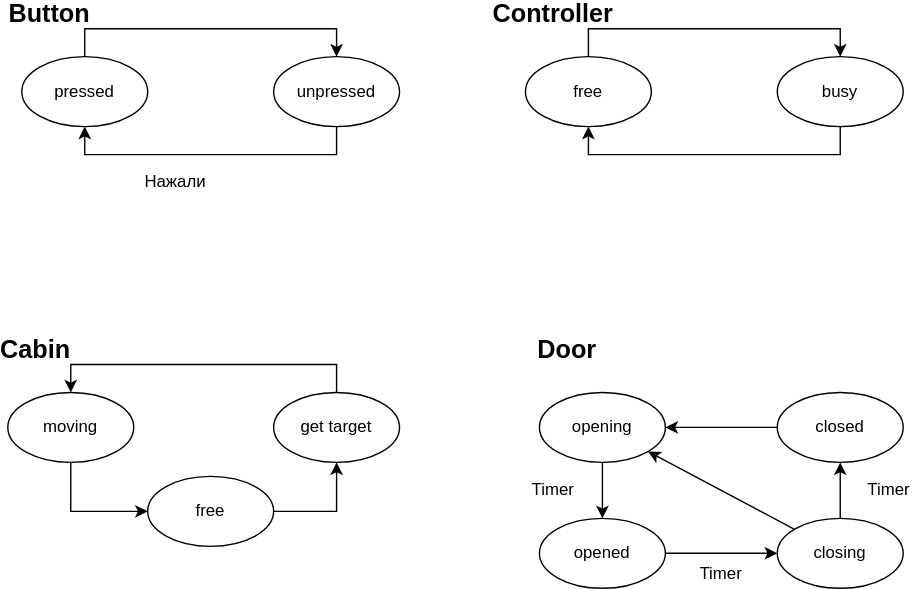
Earlier version of the draw.io export lab_04/uml.svg (migregal/bmstu-iu7-oop). Source tidied: cells renumbered, new cells last; positions are measured from the earlier drawing's top-left corner, leaving out a move shared by most shapes.
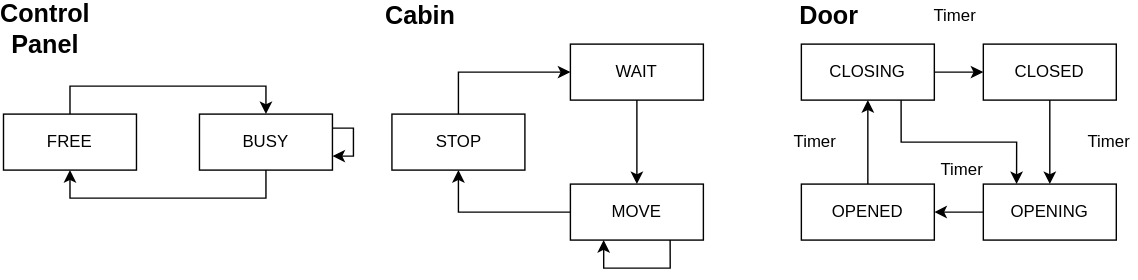
The same file after the commit.

Diff of the diagram source:
```diff
@@ -2,103 +2,94 @@
   <root>
     <mxCell id="0" />
     <mxCell id="1" parent="0" />
-    <mxCell id="2" style="edgeStyle=orthogonalEdgeStyle;rounded=0;jettySize=auto;html=1;exitX=0.5;exitY=0;exitDx=0;exitDy=0;entryX=0.5;entryY=0;entryDx=0;entryDy=0;" parent="1" edge="1" source="3" target="5">
-      <mxGeometry relative="1" as="geometry" />
-    </mxCell>
-    <mxCell id="3" value="pressed" style="ellipse;whiteSpace=wrap;html=1;" parent="1" vertex="1">
-      <mxGeometry x="10" y="40" width="90" height="50" as="geometry" />
-    </mxCell>
-    <mxCell id="4" style="edgeStyle=orthogonalEdgeStyle;rounded=0;jettySize=auto;html=1;exitX=0.5;exitY=1;exitDx=0;exitDy=0;entryX=0.5;entryY=1;entryDx=0;entryDy=0;" parent="1" edge="1" source="5" target="3">
-      <mxGeometry relative="1" as="geometry" />
-    </mxCell>
-    <mxCell id="5" value="unpressed" style="ellipse;whiteSpace=wrap;html=1;" parent="1" vertex="1">
-      <mxGeometry x="190" y="40" width="90" height="50" as="geometry" />
-    </mxCell>
-    <mxCell id="6" value="&lt;b&gt;&lt;font style=&quot;font-size: 18px&quot;&gt;Button&lt;/font&gt;&lt;/b&gt;" style="text;html=1;strokeColor=none;fillColor=none;align=center;verticalAlign=middle;whiteSpace=wrap;rounded=0;" parent="1" vertex="1">
-      <mxGeometry x="10" width="40" height="20" as="geometry" />
-    </mxCell>
-    <mxCell id="7" value="Нажали" style="text;html=1;strokeColor=none;fillColor=none;align=center;verticalAlign=middle;whiteSpace=wrap;rounded=0;" parent="1" vertex="1">
-      <mxGeometry x="100" y="120" width="40" height="20" as="geometry" />
-    </mxCell>
-    <mxCell id="8" style="edgeStyle=orthogonalEdgeStyle;rounded=0;jettySize=auto;html=1;exitX=0.5;exitY=0;exitDx=0;exitDy=0;entryX=0.5;entryY=0;entryDx=0;entryDy=0;" parent="1" edge="1" source="9" target="11">
-      <mxGeometry relative="1" as="geometry" />
-    </mxCell>
-    <mxCell id="9" value="free" style="ellipse;whiteSpace=wrap;html=1;" parent="1" vertex="1">
-      <mxGeometry x="370" y="40" width="90" height="50" as="geometry" />
-    </mxCell>
-    <mxCell id="10" style="edgeStyle=orthogonalEdgeStyle;rounded=0;jettySize=auto;html=1;exitX=0.5;exitY=1;exitDx=0;exitDy=0;entryX=0.5;entryY=1;entryDx=0;entryDy=0;" parent="1" edge="1" source="11" target="9">
-      <mxGeometry relative="1" as="geometry" />
-    </mxCell>
-    <mxCell id="11" value="busy" style="ellipse;whiteSpace=wrap;html=1;" parent="1" vertex="1">
-      <mxGeometry x="550" y="40" width="90" height="50" as="geometry" />
-    </mxCell>
-    <mxCell id="12" value="&lt;font style=&quot;font-size: 18px&quot;&gt;&lt;b&gt;Controller&lt;/b&gt;&lt;/font&gt;" style="text;html=1;strokeColor=none;fillColor=none;align=center;verticalAlign=middle;whiteSpace=wrap;rounded=0;" parent="1" vertex="1">
-      <mxGeometry x="370" width="40" height="20" as="geometry" />
+    <mxCell id="12" value="&lt;font style=&quot;font-size: 18px&quot;&gt;&lt;b&gt;Control Panel&lt;/b&gt;&lt;/font&gt;" style="text;html=1;strokeColor=none;fillColor=none;align=center;verticalAlign=middle;whiteSpace=wrap;rounded=0;" parent="1" vertex="1">
+      <mxGeometry x="-70" y="10" width="40" height="20" as="geometry" />
     </mxCell>
-    <mxCell id="13" style="edgeStyle=orthogonalEdgeStyle;rounded=0;jettySize=auto;html=1;exitX=0.5;exitY=1;exitDx=0;exitDy=0;entryX=0;entryY=0.5;entryDx=0;entryDy=0;" parent="1" edge="1" source="14" target="18">
-      <mxGeometry relative="1" as="geometry" />
-    </mxCell>
-    <mxCell id="14" value="moving" style="ellipse;whiteSpace=wrap;html=1;" parent="1" vertex="1">
-      <mxGeometry y="280" width="90" height="50" as="geometry" />
-    </mxCell>
-    <mxCell id="15" style="edgeStyle=orthogonalEdgeStyle;rounded=0;jettySize=auto;html=1;exitX=0.5;exitY=0;exitDx=0;exitDy=0;entryX=0.5;entryY=0;entryDx=0;entryDy=0;" parent="1" edge="1" source="16" target="14">
-      <mxGeometry relative="1" as="geometry" />
-    </mxCell>
-    <mxCell id="16" value="get target" style="ellipse;whiteSpace=wrap;html=1;" parent="1" vertex="1">
-      <mxGeometry x="190" y="280" width="90" height="50" as="geometry" />
-    </mxCell>
-    <mxCell id="17" style="edgeStyle=orthogonalEdgeStyle;rounded=0;jettySize=auto;html=1;exitX=1;exitY=0.5;exitDx=0;exitDy=0;entryX=0.5;entryY=1;entryDx=0;entryDy=0;" parent="1" edge="1" source="18" target="16">
-      <mxGeometry relative="1" as="geometry" />
-    </mxCell>
-    <mxCell id="18" value="free" style="ellipse;whiteSpace=wrap;html=1;" parent="1" vertex="1">
-      <mxGeometry x="100" y="340" width="90" height="50" as="geometry" />
-    </mxCell>
     <mxCell id="19" value="&lt;b&gt;&lt;font style=&quot;font-size: 18px&quot;&gt;Cabin&lt;/font&gt;&lt;/b&gt;" style="text;html=1;strokeColor=none;fillColor=none;align=center;verticalAlign=middle;whiteSpace=wrap;rounded=0;" parent="1" vertex="1">
-      <mxGeometry y="240" width="40" height="20" as="geometry" />
+      <mxGeometry x="197.5" width="40" height="20" as="geometry" />
     </mxCell>
     <mxCell id="20" value="&lt;b&gt;&lt;font style=&quot;font-size: 18px&quot;&gt;Door&lt;/font&gt;&lt;/b&gt;" style="text;html=1;strokeColor=none;fillColor=none;align=center;verticalAlign=middle;whiteSpace=wrap;rounded=0;" parent="1" vertex="1">
-      <mxGeometry x="380" y="240" width="40" height="20" as="geometry" />
+      <mxGeometry x="490" width="40" height="20" as="geometry" />
     </mxCell>
-    <mxCell id="21" style="edgeStyle=orthogonalEdgeStyle;rounded=0;jettySize=auto;html=1;exitX=0.5;exitY=1;exitDx=0;exitDy=0;entryX=0.5;entryY=0;entryDx=0;entryDy=0;" parent="1" edge="1" source="22" target="24">
-      <mxGeometry relative="1" as="geometry" />
-    </mxCell>
-    <mxCell id="22" value="opening" style="ellipse;whiteSpace=wrap;html=1;" parent="1" vertex="1">
-      <mxGeometry x="380" y="280" width="90" height="50" as="geometry" />
-    </mxCell>
-    <mxCell id="23" style="edgeStyle=orthogonalEdgeStyle;rounded=0;jettySize=auto;html=1;exitX=1;exitY=0.5;exitDx=0;exitDy=0;entryX=0;entryY=0.5;entryDx=0;entryDy=0;" parent="1" edge="1" source="24" target="28">
-      <mxGeometry relative="1" as="geometry">
-        <Array as="points">
-          <mxPoint x="510" y="395" />
-          <mxPoint x="510" y="395" />
-        </Array>
-      </mxGeometry>
-    </mxCell>
-    <mxCell id="24" value="opened" style="ellipse;whiteSpace=wrap;html=1;" parent="1" vertex="1">
-      <mxGeometry x="380" y="370" width="90" height="50" as="geometry" />
-    </mxCell>
-    <mxCell id="25" style="edgeStyle=orthogonalEdgeStyle;rounded=0;jettySize=auto;html=1;exitX=0;exitY=0.5;exitDx=0;exitDy=0;entryX=1;entryY=0.5;entryDx=0;entryDy=0;" parent="1" edge="1" source="26" target="22">
-      <mxGeometry relative="1" as="geometry" />
-    </mxCell>
-    <mxCell id="26" value="closed" style="ellipse;whiteSpace=wrap;html=1;" parent="1" vertex="1">
-      <mxGeometry x="550" y="280" width="90" height="50" as="geometry" />
-    </mxCell>
-    <mxCell id="27" style="edgeStyle=orthogonalEdgeStyle;rounded=0;jettySize=auto;html=1;exitX=0.5;exitY=0;exitDx=0;exitDy=0;entryX=0.5;entryY=1;entryDx=0;entryDy=0;" parent="1" edge="1" source="28" target="26">
-      <mxGeometry relative="1" as="geometry" />
-    </mxCell>
-    <mxCell id="28" value="closing" style="ellipse;whiteSpace=wrap;html=1;" parent="1" vertex="1">
-      <mxGeometry x="550" y="370" width="90" height="50" as="geometry" />
-    </mxCell>
-    <mxCell id="29" style="endArrow=classic;html=1;" parent="1" edge="1" source="28" target="22">
-      <mxGeometry relative="1" as="geometry" />
-    </mxCell>
     <mxCell id="30" value="Timer" style="text;html=1;strokeColor=none;fillColor=none;align=center;verticalAlign=middle;whiteSpace=wrap;rounded=0;" parent="1" vertex="1">
-      <mxGeometry x="610" y="340" width="40" height="20" as="geometry" />
+      <mxGeometry x="585" y="110" width="40" height="20" as="geometry" />
     </mxCell>
     <mxCell id="31" value="Timer" style="text;html=1;strokeColor=none;fillColor=none;align=center;verticalAlign=middle;whiteSpace=wrap;rounded=0;" parent="1" vertex="1">
-      <mxGeometry x="490" y="400" width="40" height="20" as="geometry" />
+      <mxGeometry x="580" width="40" height="20" as="geometry" />
     </mxCell>
     <mxCell id="32" value="Timer" style="text;html=1;strokeColor=none;fillColor=none;align=center;verticalAlign=middle;whiteSpace=wrap;rounded=0;" parent="1" vertex="1">
-      <mxGeometry x="370" y="340" width="40" height="20" as="geometry" />
+      <mxGeometry x="480" y="90" width="40" height="20" as="geometry" />
     </mxCell>
+    <mxCell id="33" style="edgeStyle=orthogonalEdgeStyle;rounded=0;jettySize=auto;html=1;exitX=0.5;exitY=0;exitDx=0;exitDy=0;entryX=0.5;entryY=0;entryDx=0;entryDy=0;" parent="1" edge="1" source="34" target="36">
+      <mxGeometry relative="1" as="geometry" />
+    </mxCell>
+    <mxCell id="34" value="FREE" style="rounded=0;whiteSpace=wrap;html=1;" parent="1" vertex="1">
+      <mxGeometry x="-80" y="80" width="95" height="40" as="geometry" />
+    </mxCell>
+    <mxCell id="35" style="edgeStyle=orthogonalEdgeStyle;rounded=0;jettySize=auto;html=1;exitX=0.5;exitY=1;exitDx=0;exitDy=0;entryX=0.5;entryY=1;entryDx=0;entryDy=0;" parent="1" edge="1" source="36" target="34">
+      <mxGeometry relative="1" as="geometry" />
+    </mxCell>
+    <mxCell id="36" value="BUSY" style="rounded=0;whiteSpace=wrap;html=1;" parent="1" vertex="1">
+      <mxGeometry x="60" y="80" width="95" height="40" as="geometry" />
+    </mxCell>
+    <mxCell id="37" style="edgeStyle=orthogonalEdgeStyle;rounded=0;orthogonalLoop=1;jettySize=auto;html=1;exitX=1;exitY=0.25;exitDx=0;exitDy=0;entryX=1;entryY=0.75;entryDx=0;entryDy=0;" parent="1" edge="1" source="36" target="36">
+      <mxGeometry relative="1" as="geometry">
+        <Array as="points">
+          <mxPoint x="170" y="90" />
+          <mxPoint x="170" y="110" />
+        </Array>
+      </mxGeometry>
+    </mxCell>
+    <mxCell id="38" style="edgeStyle=orthogonalEdgeStyle;rounded=0;jettySize=auto;html=1;exitX=0.5;exitY=1;exitDx=0;exitDy=0;" parent="1" edge="1" source="39" target="41">
+      <mxGeometry relative="1" as="geometry" />
+    </mxCell>
+    <mxCell id="39" value="WAIT" style="rounded=0;whiteSpace=wrap;html=1;" parent="1" vertex="1">
+      <mxGeometry x="325" y="30" width="95" height="40" as="geometry" />
+    </mxCell>
+    <mxCell id="40" style="edgeStyle=orthogonalEdgeStyle;rounded=0;jettySize=auto;html=1;exitX=0;exitY=0.5;exitDx=0;exitDy=0;entryX=0.5;entryY=1;entryDx=0;entryDy=0;" parent="1" edge="1" source="41" target="43">
+      <mxGeometry relative="1" as="geometry" />
+    </mxCell>
+    <mxCell id="41" value="MOVE" style="rounded=0;whiteSpace=wrap;html=1;" parent="1" vertex="1">
+      <mxGeometry x="325" y="130" width="95" height="40" as="geometry" />
+    </mxCell>
+    <mxCell id="42" style="edgeStyle=orthogonalEdgeStyle;rounded=0;jettySize=auto;html=1;exitX=0.5;exitY=0;exitDx=0;exitDy=0;entryX=0;entryY=0.5;entryDx=0;entryDy=0;" parent="1" edge="1" source="43" target="39">
+      <mxGeometry relative="1" as="geometry" />
+    </mxCell>
+    <mxCell id="43" value="STOP" style="rounded=0;whiteSpace=wrap;html=1;" parent="1" vertex="1">
+      <mxGeometry x="197.5" y="80" width="95" height="40" as="geometry" />
+    </mxCell>
+    <mxCell id="44" style="edgeStyle=orthogonalEdgeStyle;rounded=0;orthogonalLoop=1;jettySize=auto;html=1;exitX=0.75;exitY=1;exitDx=0;exitDy=0;entryX=0.25;entryY=1;entryDx=0;entryDy=0;" parent="1" edge="1" source="41" target="41">
+      <mxGeometry relative="1" as="geometry" />
+    </mxCell>
+    <mxCell id="45" style="edgeStyle=orthogonalEdgeStyle;rounded=0;jettySize=auto;html=1;exitX=1;exitY=0.5;exitDx=0;exitDy=0;entryX=0;entryY=0.5;entryDx=0;entryDy=0;" parent="1" edge="1" source="47" target="49">
+      <mxGeometry relative="1" as="geometry" />
+    </mxCell>
+    <mxCell id="46" style="edgeStyle=orthogonalEdgeStyle;rounded=0;jettySize=auto;html=1;exitX=0.75;exitY=1;exitDx=0;exitDy=0;entryX=0.25;entryY=0;entryDx=0;entryDy=0;" parent="1" edge="1" source="47" target="51">
+      <mxGeometry relative="1" as="geometry" />
+    </mxCell>
+    <mxCell id="47" value="CLOSING" style="rounded=0;whiteSpace=wrap;html=1;" parent="1" vertex="1">
+      <mxGeometry x="490" y="30" width="95" height="40" as="geometry" />
+    </mxCell>
+    <mxCell id="48" style="edgeStyle=orthogonalEdgeStyle;rounded=0;jettySize=auto;html=1;exitX=0.5;exitY=1;exitDx=0;exitDy=0;entryX=0.5;entryY=0;entryDx=0;entryDy=0;" parent="1" edge="1" source="49" target="51">
+      <mxGeometry relative="1" as="geometry" />
+    </mxCell>
+    <mxCell id="49" value="CLOSED" style="rounded=0;whiteSpace=wrap;html=1;" parent="1" vertex="1">
+      <mxGeometry x="620" y="30" width="95" height="40" as="geometry" />
+    </mxCell>
+    <mxCell id="50" style="edgeStyle=orthogonalEdgeStyle;rounded=0;jettySize=auto;html=1;exitX=0;exitY=0.5;exitDx=0;exitDy=0;entryX=1;entryY=0.5;entryDx=0;entryDy=0;" parent="1" edge="1" source="51" target="53">
+      <mxGeometry relative="1" as="geometry" />
+    </mxCell>
+    <mxCell id="51" value="OPENING" style="rounded=0;whiteSpace=wrap;html=1;" parent="1" vertex="1">
+      <mxGeometry x="620" y="130" width="95" height="40" as="geometry" />
+    </mxCell>
+    <mxCell id="52" style="edgeStyle=orthogonalEdgeStyle;rounded=0;jettySize=auto;html=1;exitX=0.5;exitY=0;exitDx=0;exitDy=0;entryX=0.5;entryY=1;entryDx=0;entryDy=0;" parent="1" edge="1" source="53" target="47">
+      <mxGeometry relative="1" as="geometry" />
+    </mxCell>
+    <mxCell id="53" value="OPENED" style="rounded=0;whiteSpace=wrap;html=1;" parent="1" vertex="1">
+      <mxGeometry x="490" y="130" width="95" height="40" as="geometry" />
+    </mxCell>
+    <mxCell id="54" value="Timer" style="text;html=1;strokeColor=none;fillColor=none;align=center;verticalAlign=middle;whiteSpace=wrap;rounded=0;" parent="1" vertex="1">
+      <mxGeometry x="690" y="90" width="40" height="20" as="geometry" />
+    </mxCell>
   </root>
 </mxGraphModel>
```
